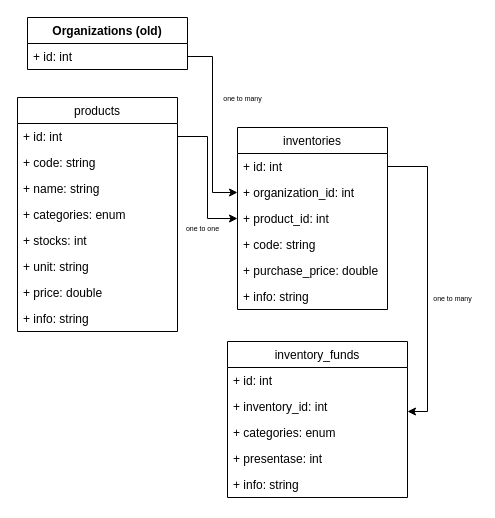
Before: Untitled Diagram.drawio in Devajayantha/devajayantha.github.io, a draw.io diagram. Source tidied: cells renumbered, new cells numbered last; positions are measured from the earlier drawing's top-left corner, leaving out a move shared by most shapes. Both pictures are drawn from the tidied source at 100%, with x=0, y=0 at pixel (17, 17).
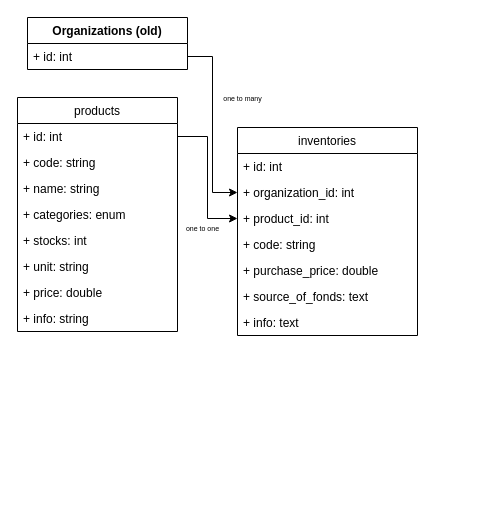
Above is the later version.

The edit, as a diff of the source:
```diff
@@
-    <mxCell id="11" value="inventory_funds" style="swimlane;fontStyle=0;horizontal=1;startSize=26;fillColor=none;" parent="1" vertex="1">
-      <mxGeometry x="210" y="324" width="180" height="156" as="geometry" />
-    </mxCell>
-    <mxCell id="12" value="+ id: int" style="text;strokeColor=none;fillColor=none;align=left;verticalAlign=top;spacingLeft=4;spacingRight=4;overflow=hidden;" parent="11" vertex="1">
-      <mxGeometry y="26" width="180" height="26" as="geometry" />
-    </mxCell>
-    <mxCell id="13" value="+ inventory_id: int " style="text;strokeColor=none;fillColor=none;align=left;verticalAlign=top;spacingLeft=4;spacingRight=4;overflow=hidden;points=[[0,0.5],[1,0.5]];portConstraint=eastwest;" parent="11" vertex="1">
-      <mxGeometry y="52" width="180" height="26" as="geometry" />
-    </mxCell>
-    <mxCell id="14" value="+ categories: enum" style="text;strokeColor=none;fillColor=none;align=left;verticalAlign=top;spacingLeft=4;spacingRight=4;overflow=hidden;" parent="11" vertex="1">
-      <mxGeometry y="78" width="180" height="26" as="geometry" />
-    </mxCell>
-    <mxCell id="15" value="+ presentase: int " style="text;strokeColor=none;fillColor=none;align=left;verticalAlign=top;spacingLeft=4;spacingRight=4;overflow=hidden;" parent="11" vertex="1">
-      <mxGeometry y="104" width="180" height="26" as="geometry" />
-    </mxCell>
-    <mxCell id="16" value="+ info: string " style="text;strokeColor=none;fillColor=none;align=left;verticalAlign=top;spacingLeft=4;spacingRight=4;overflow=hidden;" parent="11" vertex="1">
-      <mxGeometry y="130" width="180" height="26" as="geometry" />
-    </mxCell>
     <mxCell id="17" value="inventories" style="swimlane;fontStyle=0;horizontal=1;startSize=26;fillColor=none;" parent="1" vertex="1">
-      <mxGeometry x="220" y="110" width="150" height="182" as="geometry" />
+      <mxGeometry x="220" y="110" width="180" height="208" as="geometry" />
     </mxCell>
     <mxCell id="18" value="+ id: int" style="text;strokeColor=none;fillColor=none;align=left;verticalAlign=top;spacingLeft=4;spacingRight=4;overflow=hidden;points=[[0,0.5],[1,0.5]];portConstraint=eastwest;" parent="17" vertex="1">
-      <mxGeometry y="26" width="150" height="26" as="geometry" />
+      <mxGeometry y="26" width="180" height="26" as="geometry" />
     </mxCell>
     <mxCell id="19" value="+ organization_id: int " style="text;strokeColor=none;fillColor=none;align=left;verticalAlign=top;spacingLeft=4;spacingRight=4;overflow=hidden;points=[[0,0.5],[1,0.5]];portConstraint=eastwest;" parent="17" vertex="1">
-      <mxGeometry y="52" width="150" height="26" as="geometry" />
+      <mxGeometry y="52" width="180" height="26" as="geometry" />
     </mxCell>
     <mxCell id="20" value="+ product_id: int " style="text;strokeColor=none;fillColor=none;align=left;verticalAlign=top;spacingLeft=4;spacingRight=4;overflow=hidden;points=[[0,0.5],[1,0.5]];portConstraint=eastwest;" parent="17" vertex="1">
-      <mxGeometry y="78" width="150" height="26" as="geometry" />
+      <mxGeometry y="78" width="180" height="26" as="geometry" />
     </mxCell>
     <mxCell id="21" value="+ code: string" style="text;strokeColor=none;fillColor=none;align=left;verticalAlign=top;spacingLeft=4;spacingRight=4;overflow=hidden;" parent="17" vertex="1">
-      <mxGeometry y="104" width="150" height="26" as="geometry" />
+      <mxGeometry y="104" width="180" height="26" as="geometry" />
     </mxCell>
     <mxCell id="22" value="+ purchase_price: double" style="text;strokeColor=none;fillColor=none;align=left;verticalAlign=top;spacingLeft=4;spacingRight=4;overflow=hidden;" parent="17" vertex="1">
-      <mxGeometry y="130" width="150" height="26" as="geometry" />
+      <mxGeometry y="130" width="180" height="26" as="geometry" />
     </mxCell>
+    <mxCell id="32" value="+ source_of_fonds: text" style="text;strokeColor=none;fillColor=none;align=left;verticalAlign=top;spacingLeft=4;spacingRight=4;overflow=hidden;" parent="17" vertex="1">
+      <mxGeometry y="156" width="180" height="26" as="geometry" />
+    </mxCell>
-    <mxCell id="23" value="+ info: string " style="text;strokeColor=none;fillColor=none;align=left;verticalAlign=top;spacingLeft=4;spacingRight=4;overflow=hidden;" parent="17" vertex="1">
-      <mxGeometry y="156" width="150" height="26" as="geometry" />
+    <mxCell id="23" value="+ info: text " style="text;strokeColor=none;fillColor=none;align=left;verticalAlign=top;spacingLeft=4;spacingRight=4;overflow=hidden;" parent="17" vertex="1">
+      <mxGeometry y="182" width="180" height="26" as="geometry" />
     </mxCell>
-    <mxCell id="24" style="edgeStyle=orthogonalEdgeStyle;rounded=0;jettySize=auto;html=1;exitX=1;exitY=0.5;exitDx=0;exitDy=0;entryX=1;entryY=0.692;entryDx=0;entryDy=0;entryPerimeter=0;" parent="1" edge="1" source="18" target="13">
-      <mxGeometry relative="1" as="geometry" />
-    </mxCell>
-    <mxCell id="25" value="&lt;font style=&quot;font-size: 7px&quot;&gt;one to many&lt;/font&gt;" style="text;html=1;align=center;verticalAlign=middle;fillColor=none;strokeColor=none;rounded=0;" parent="1" vertex="1">
-      <mxGeometry x="410" y="270" width="50" height="20" as="geometry" />
-    </mxCell>
```
